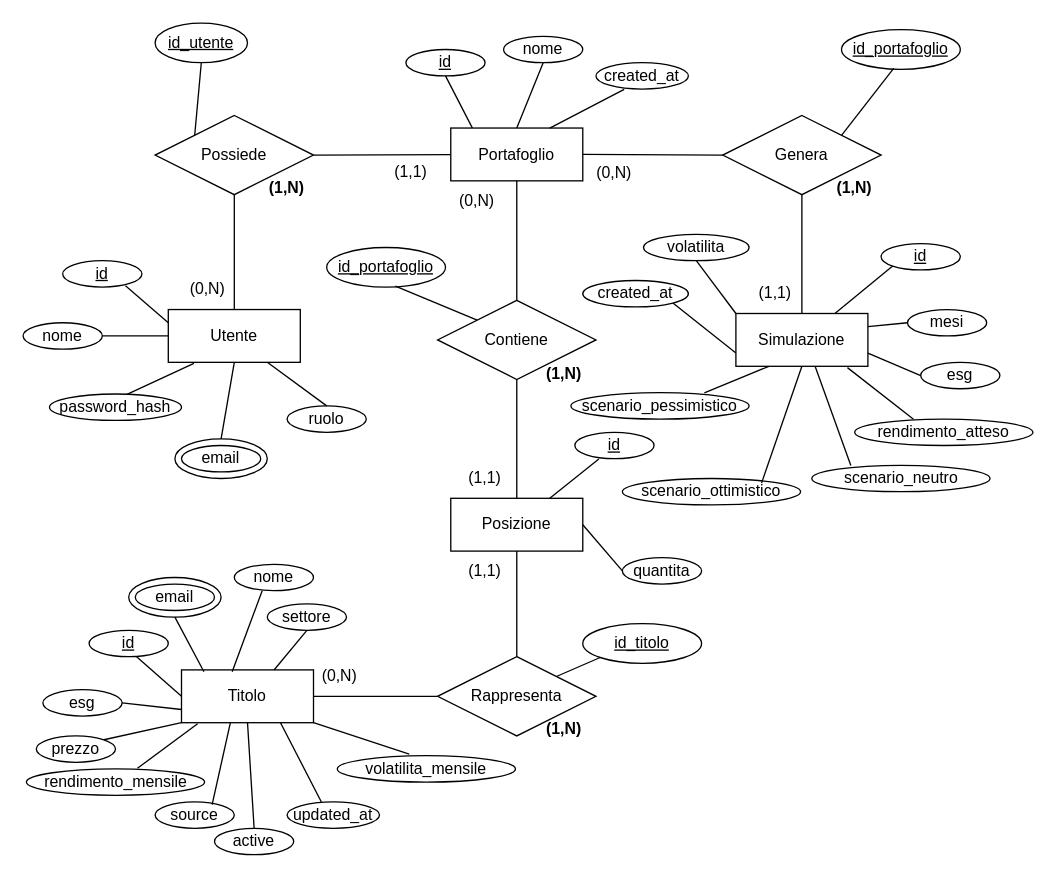
Before: bgm-investments-esg-doc/er-schema/er-schema.drawio in Gerryschh/bgm-investments-esg, a draw.io diagram. Source tidied: cells renumbered, new cells numbered last; positions are measured from the earlier drawing's top-left corner, leaving out a move shared by most shapes. Both pictures are drawn from the tidied source at 132%, with x=0, y=0 at pixel (22, 22).
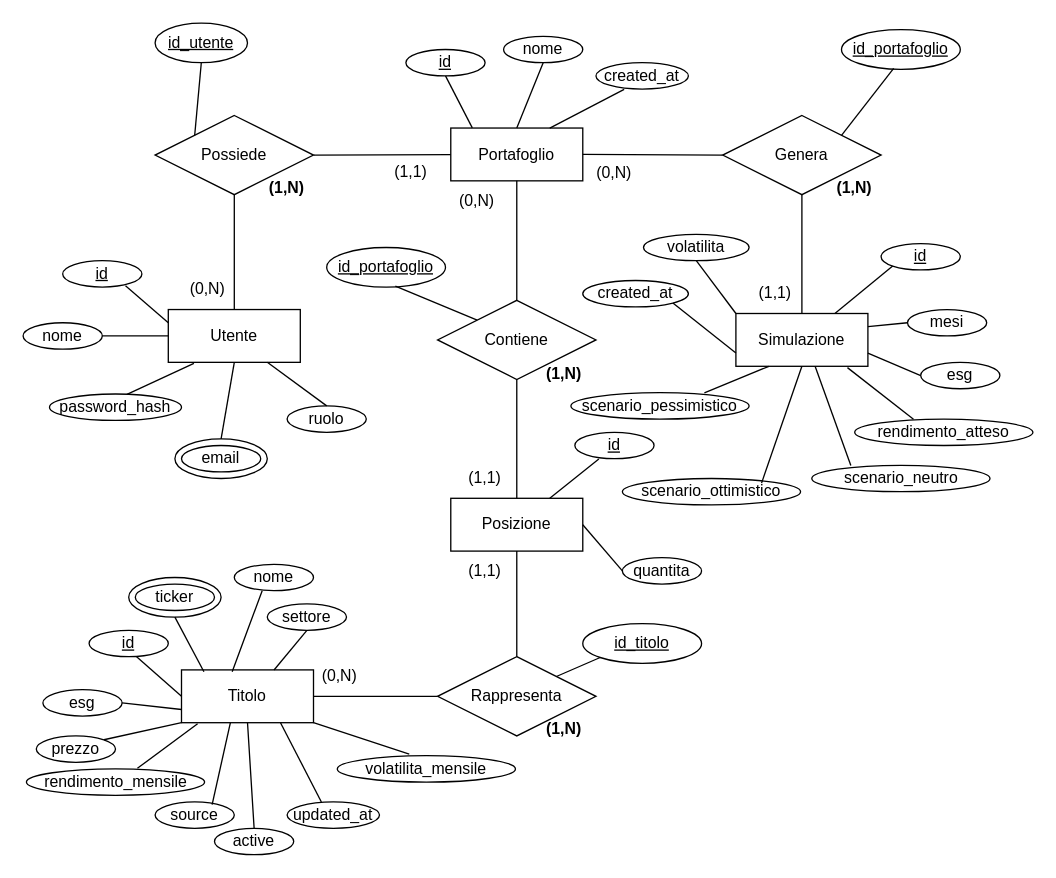
The same page after the edit.

The edit, as a diff of the source:
```diff
@@
-    <mxCell id="44" value="&lt;font style=&quot;color: light-dark(rgb(0, 0, 0), rgb(0, 0, 0));&quot;&gt;email&lt;/font&gt;" style="ellipse;whiteSpace=wrap;html=1;strokeColor=light-dark(#000000,#000000);fillColor=none;" parent="1" vertex="1">
+    <mxCell id="44" value="&lt;font style=&quot;color: light-dark(rgb(0, 0, 0), rgb(0, 0, 0));&quot;&gt;ticker&lt;/font&gt;" style="ellipse;whiteSpace=wrap;html=1;strokeColor=light-dark(#000000,#000000);fillColor=none;" parent="1" vertex="1">
       <mxGeometry x="85" y="425" width="60" height="20" as="geometry" />
     </mxCell>
```
